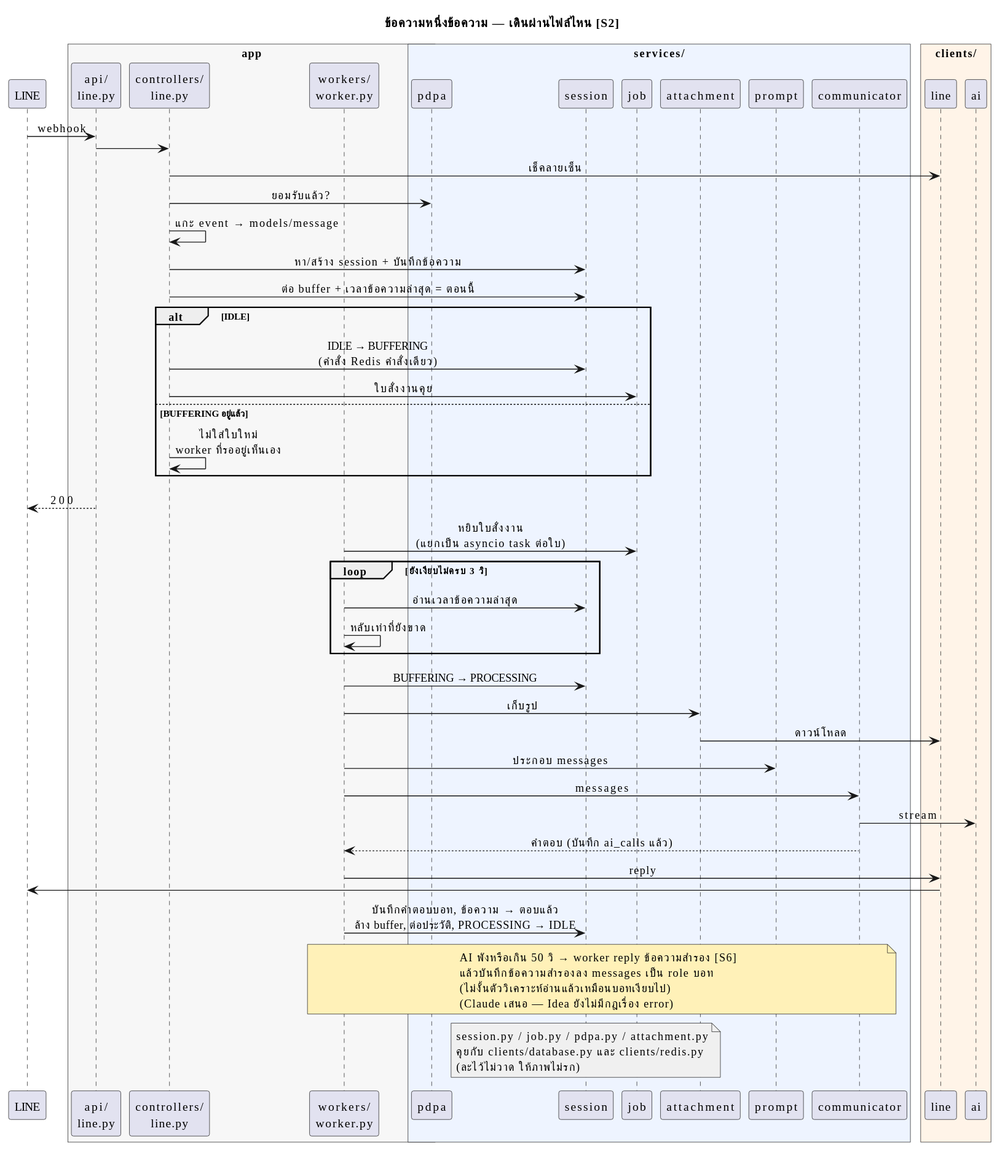
tonkitcstu/ucr-smartcity_chatbot keeps this PlantUML diagram as docs/designs/08-componentdiagram/message-flow.svg. Above is the earlier version. The source it was exported from:
```plantuml
@startuml
skinparam defaultFontName "Thonburi"
skinparam shadowing false
skinparam sequenceMessageAlign center

title ข้อความหนึ่งข้อความ — เดินผ่านไฟล์ไหน [S2]

participant "LINE" as LINE
box "app" #F7F7F7
  participant "api/\nline.py" as API
  participant "controllers/\nline.py" as CTRL
  participant "workers/\nworker.py" as W
end box
box "services/" #EEF4FF
  participant "pdpa" as PDPA
  participant "session" as SESS
  participant "job" as JOB
  participant "attachment" as ATT
  participant "prompt" as PROMPT
  participant "communicator" as COMM
end box
box "clients/" #FFF4E8
  participant "line" as CL_LINE
  participant "ai" as CL_AI
end box

LINE -> API : webhook
API -> CTRL
CTRL -> CL_LINE : เช็คลายเซ็น
CTRL -> PDPA : ยอมรับแล้ว?
CTRL -> CTRL : แกะ event → models/message
CTRL -> SESS : หา/สร้าง session + บันทึกข้อความ
CTRL -> SESS : ต่อ buffer + เวลาข้อความล่าสุด = ตอนนี้
alt IDLE
  CTRL -> SESS : IDLE → BUFFERING\n(คำสั่ง Redis คำสั่งเดียว)
  CTRL -> JOB : ใบสั่งงานคุย
else BUFFERING อยู่แล้ว
  CTRL -> CTRL : ไม่ใส่ใบใหม่\nworker ที่รออยู่เห็นเอง
end
API --> LINE : 200

W -> JOB : หยิบใบสั่งงาน\n(แยกเป็น asyncio task ต่อใบ)
loop ยังเงียบไม่ครบ 3 วิ
  W -> SESS : อ่านเวลาข้อความล่าสุด
  W -> W : หลับเท่าที่ยังขาด
end
W -> SESS : BUFFERING → PROCESSING
W -> ATT : เก็บรูป
ATT -> CL_LINE : ดาวน์โหลด
W -> PROMPT : ประกอบ messages
W -> COMM : messages
COMM -> CL_AI : stream
COMM --> W : คำตอบ (บันทึก ai_calls แล้ว)
W -> CL_LINE : reply
CL_LINE -> LINE
W -> SESS : บันทึกคำตอบบอท, ข้อความ → ตอบแล้ว\nล้าง buffer, ต่อประวัติ, PROCESSING → IDLE

note over W, COMM #FFF1B8
  AI พังหรือเกิน 50 วิ → worker reply ข้อความสำรอง [S6]
  แล้วบันทึกข้อความสำรองลง messages เป็น role บอท
  (ไม่งั้นตัววิเคราะห์อ่านแล้วเหมือนบอทเงียบไป)
  (Claude เสนอ — Idea ยังไม่มีกฎเรื่อง error)
end note

note over SESS #F0F0F0
  session.py / job.py / pdpa.py / attachment.py
  คุยกับ clients/database.py และ clients/redis.py
  (ละไว้ไม่วาด ให้ภาพไม่รก)
end note
@enduml
```
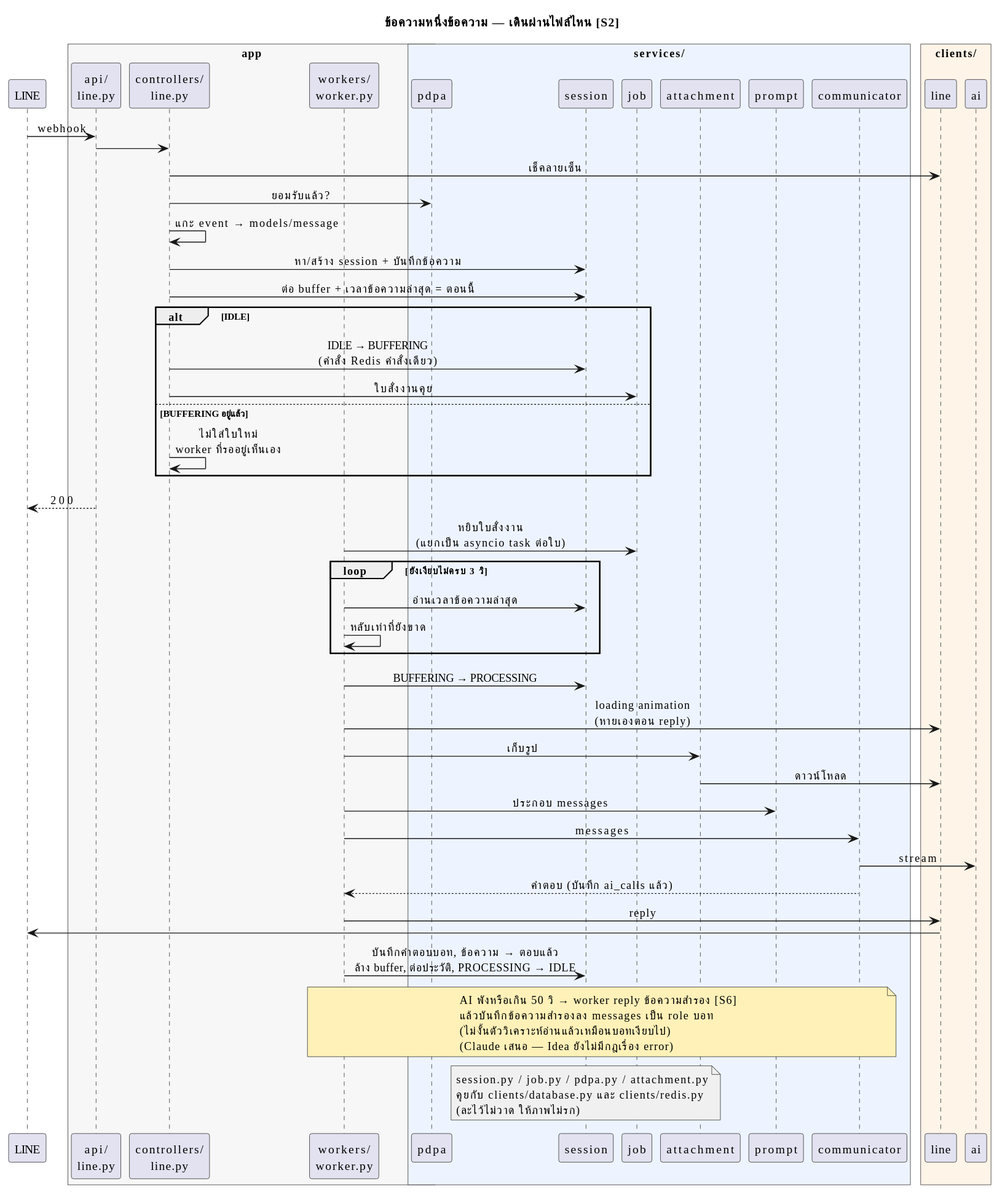
Later version of the same file.

Commit message:
docs: ปิดใบหลังเงียบ 10 นาที + loading animation เข้า happy path

What changed in the source:
```diff
@@ -45,6 +45,7 @@
   W -> W : หลับเท่าที่ยังขาด
 end
 W -> SESS : BUFFERING → PROCESSING
+W -> CL_LINE : loading animation\n(หายเองตอน reply)
 W -> ATT : เก็บรูป
 ATT -> CL_LINE : ดาวน์โหลด
 W -> PROMPT : ประกอบ messages
```
